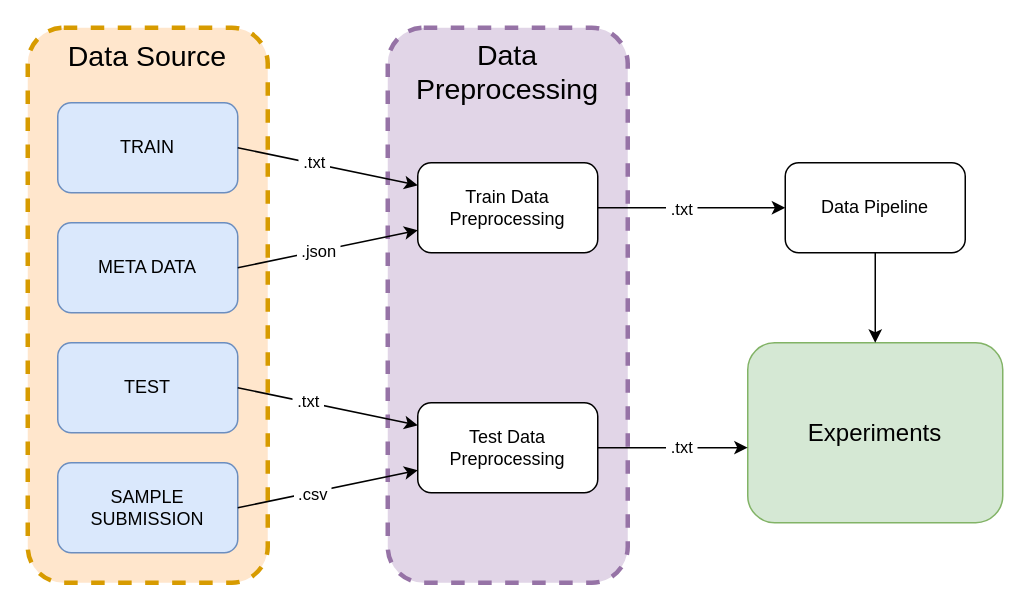
Earlier version of the draw.io diagram Images/DataStandard/DataArch.drawio (Awesome-sw8-project/P8). Source tidied: cells renumbered, new cells numbered last; positions are measured from the earlier drawing's top-left corner, leaving out a move shared by most shapes. Both pictures are drawn from the tidied source at 150%, with x=0, y=0 at pixel (27, 27).
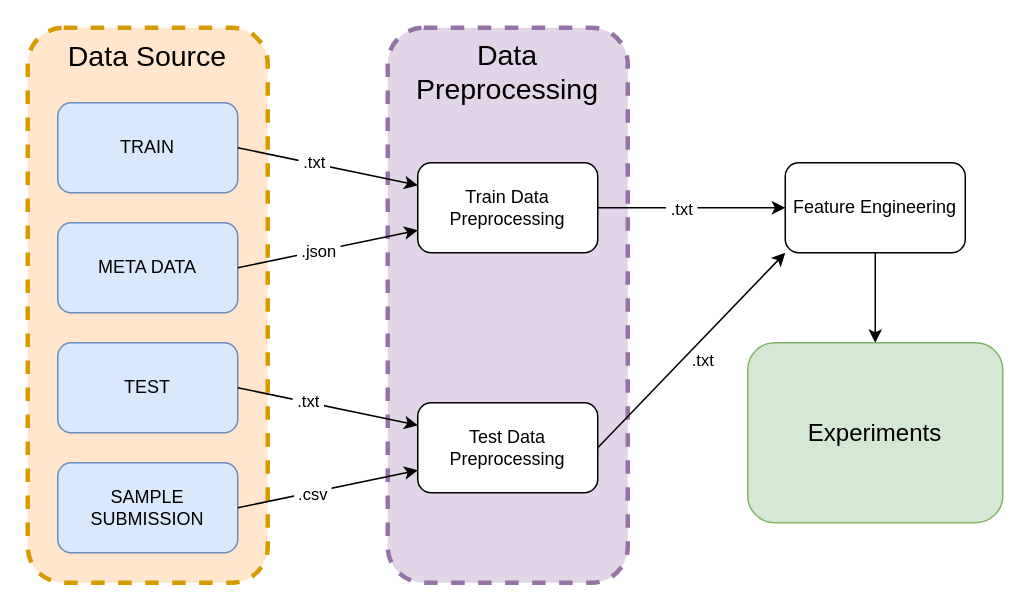
The same diagram, later.

Unchanged cells that the change refers to:
```xml
<mxCell id="4" value="&lt;font style=&quot;font-size: 16px&quot;&gt;Experiments&lt;/font&gt;" style="rounded=1;whiteSpace=wrap;html=1;fillColor=#d5e8d4;strokeColor=#82b366;" parent="1" vertex="1">
  <mxGeometry x="480" y="210" width="170" height="120" as="geometry" />
</mxCell>
<mxCell id="18" value="Test Data Preprocessing" style="rounded=1;whiteSpace=wrap;html=1;" parent="1" vertex="1">
  <mxGeometry x="260" y="250" width="120" height="60" as="geometry" />
</mxCell>
```

The edit, as a diff of the source:
```diff
@@
-    <mxCell id="13" value="Data Pipeline" style="rounded=1;whiteSpace=wrap;html=1;" parent="1" vertex="1">
+    <mxCell id="13" value="Feature Engineering" style="rounded=1;whiteSpace=wrap;html=1;" parent="1" vertex="1">
       <mxGeometry x="505" y="90" width="120" height="60" as="geometry" />
     </mxCell>
@@
-    <mxCell id="16" style="edgeStyle=orthogonalEdgeStyle;rounded=0;jettySize=auto;html=1;entryX=0;entryY=0.583;entryDx=0;entryDy=0;entryPerimeter=0;" parent="1" edge="1" source="18" target="4">
-      <mxGeometry relative="1" as="geometry" />
-    </mxCell>
-    <mxCell id="17" value="&amp;nbsp;.txt&amp;nbsp;" style="edgeLabel;html=1;align=center;verticalAlign=middle;" parent="16" vertex="1">
-      <mxGeometry x="-0.05" y="1" relative="1" as="geometry">
-        <mxPoint x="7" y="1" as="offset" />
-      </mxGeometry>
-    </mxCell>
@@
+    <mxCell id="27" style="endArrow=classic;html=1;entryX=0;entryY=1;entryDx=0;entryDy=0;exitX=1;exitY=0.5;exitDx=0;exitDy=0;" parent="1" edge="1" source="18" target="13">
+      <mxGeometry relative="1" as="geometry" />
+    </mxCell>
+    <mxCell id="17" value=".txt" style="edgeLabel;html=1;align=center;verticalAlign=middle;" parent="27" vertex="1">
+      <mxGeometry x="0.19" y="1" relative="1" as="geometry">
+        <mxPoint x="-4" y="19" as="offset" />
+      </mxGeometry>
+    </mxCell>
```
